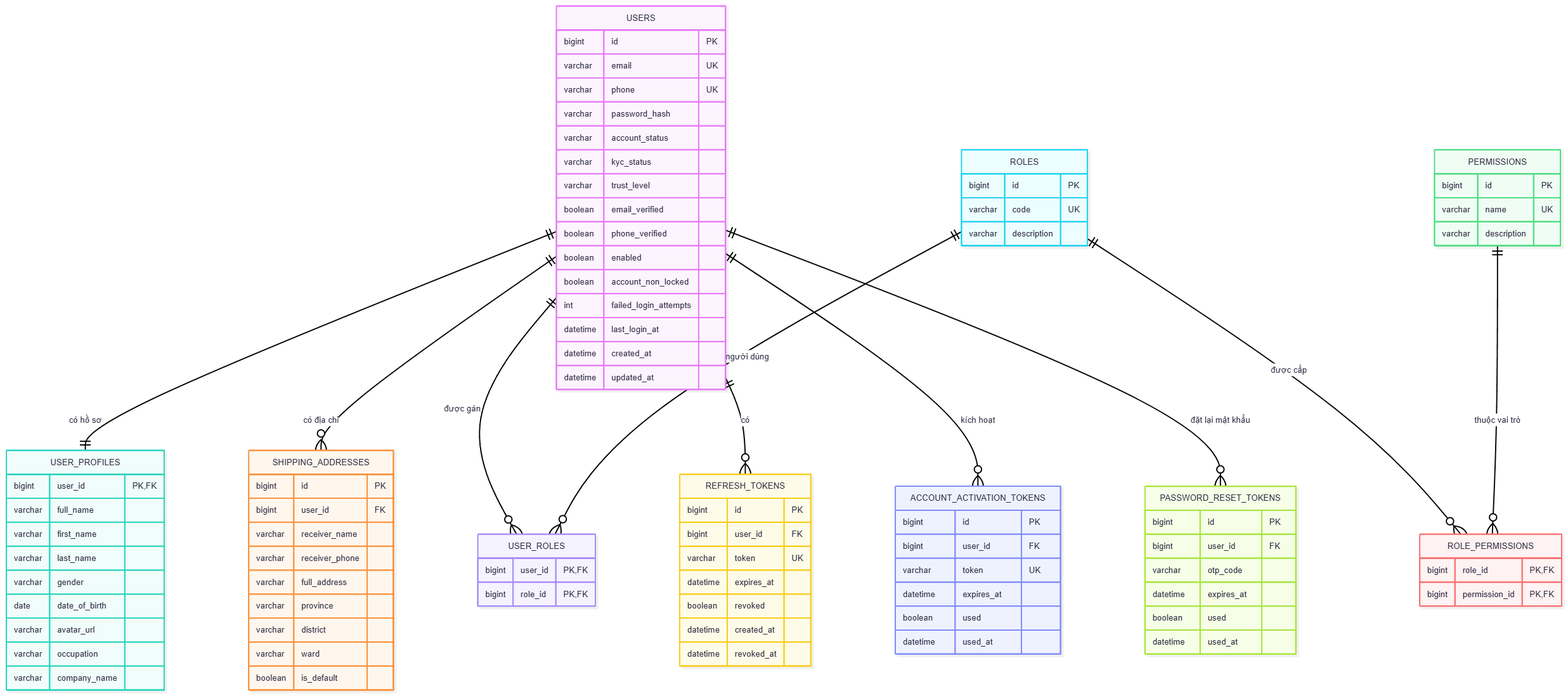
The Mermaid diagram docs/diagrams/image/user_auth_roles.png in ZzZueszZ/digital-rental, before a commit. Its source is kept beside it as docs/diagrams/mermaid/user_auth_roles.mmd.
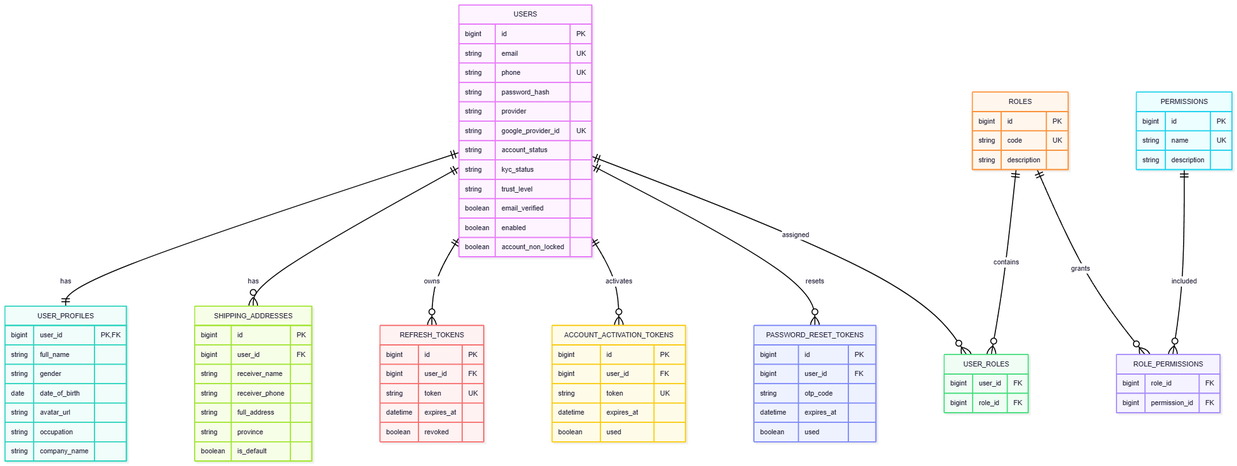
The same diagram one commit later.

Change to the diagram source:
```diff
@@ -1,102 +1,93 @@
 erDiagram
     USERS {
         bigint id PK
-        varchar email UK
-        varchar phone UK
-        varchar password_hash
-        varchar account_status
-        varchar kyc_status
-        varchar trust_level
+        string email UK
+        string phone UK
+        string password_hash
+        string provider
+        string google_provider_id UK
+        string account_status
+        string kyc_status
+        string trust_level
         boolean email_verified
-        boolean phone_verified
         boolean enabled
         boolean account_non_locked
-        int failed_login_attempts
-        datetime last_login_at
-        datetime created_at
-        datetime updated_at
     }
 
     USER_PROFILES {
-        bigint user_id PK, FK
-        varchar full_name
-        varchar first_name
-        varchar last_name
-        varchar gender
+        bigint user_id PK,FK
+        string full_name
+        string gender
         date date_of_birth
-        varchar avatar_url
-        varchar occupation
-        varchar company_name
+        string avatar_url
+        string occupation
+        string company_name
+    }
+
+    ROLES {
+        bigint id PK
+        string code UK
+        string description
+    }
+
+    PERMISSIONS {
+        bigint id PK
+        string name UK
+        string description
+    }
+
+    USER_ROLES {
+        bigint user_id FK
+        bigint role_id FK
+    }
+
+    ROLE_PERMISSIONS {
+        bigint role_id FK
+        bigint permission_id FK
+    }
+
+    REFRESH_TOKENS {
+        bigint id PK
+        bigint user_id FK
+        string token UK
+        datetime expires_at
+        boolean revoked
+    }
+
+    ACCOUNT_ACTIVATION_TOKENS {
+        bigint id PK
+        bigint user_id FK
+        string token UK
+        datetime expires_at
+        boolean used
+    }
+
+    PASSWORD_RESET_TOKENS {
+        bigint id PK
+        bigint user_id FK
+        string otp_code
+        datetime expires_at
+        boolean used
     }
 
     SHIPPING_ADDRESSES {
         bigint id PK
         bigint user_id FK
-        varchar receiver_name
-        varchar receiver_phone
-        varchar full_address
-        varchar province
-        varchar district
-        varchar ward
+        string receiver_name
+        string receiver_phone
+        string full_address
+        string province
         boolean is_default
     }
 
-    ROLES {
-        bigint id PK
-        varchar code UK
-        varchar description
-    }
+    USERS ||--|| USER_PROFILES : "has"
+    USERS ||--o{ SHIPPING_ADDRESSES : "has"
+    USERS ||--o{ REFRESH_TOKENS : "owns"
+    USERS ||--o{ ACCOUNT_ACTIVATION_TOKENS : "activates"
+    USERS ||--o{ PASSWORD_RESET_TOKENS : "resets"
 
-    PERMISSIONS {
-        bigint id PK
-        varchar name UK
-        varchar description
-    }
+    USERS ||--o{ USER_ROLES : "assigned"
+    ROLES ||--o{ USER_ROLES : "contains"
 
-    USER_ROLES {
-        bigint user_id PK, FK
-        bigint role_id PK, FK
-    }
-
-    ROLE_PERMISSIONS {
-        bigint role_id PK, FK
-        bigint permission_id PK, FK
-    }
-
-    REFRESH_TOKENS {
-        bigint id PK
-        bigint user_id FK
-        varchar token UK
-        datetime expires_at
-        boolean revoked
-        datetime created_at
-        datetime revoked_at
-    }
-
-    ACCOUNT_ACTIVATION_TOKENS {
-        bigint id PK
-        bigint user_id FK
-        varchar token UK
-        datetime expires_at
-        boolean used
-        datetime used_at
-    }
-
-    PASSWORD_RESET_TOKENS {
-        bigint id PK
-        bigint user_id FK
-        varchar otp_code
-        datetime expires_at
-        boolean used
-        datetime used_at
-    }
-
-    USERS ||--|| USER_PROFILES : "có hồ sơ"
-    USERS ||--o{ SHIPPING_ADDRESSES : "có địa chỉ"
-    USERS ||--o{ USER_ROLES : "được gán"
-    ROLES ||--o{ USER_ROLES : "gán cho người dùng"
-    ROLES ||--o{ ROLE_PERMISSIONS : "được cấp"
-    PERMISSIONS ||--o{ ROLE_PERMISSIONS : "thuộc vai trò"
-    USERS ||--o{ REFRESH_TOKENS : "có"
-    USERS ||--o{ ACCOUNT_ACTIVATION_TOKENS : "kích hoạt"
-    USERS ||--o{ PASSWORD_RESET_TOKENS : "đặt lại mật khẩu"
+    ROLES ||--o{ ROLE_PERMISSIONS : "grants"
+    PERMISSIONS ||--o{ ROLE_PERMISSIONS : "included"
```
